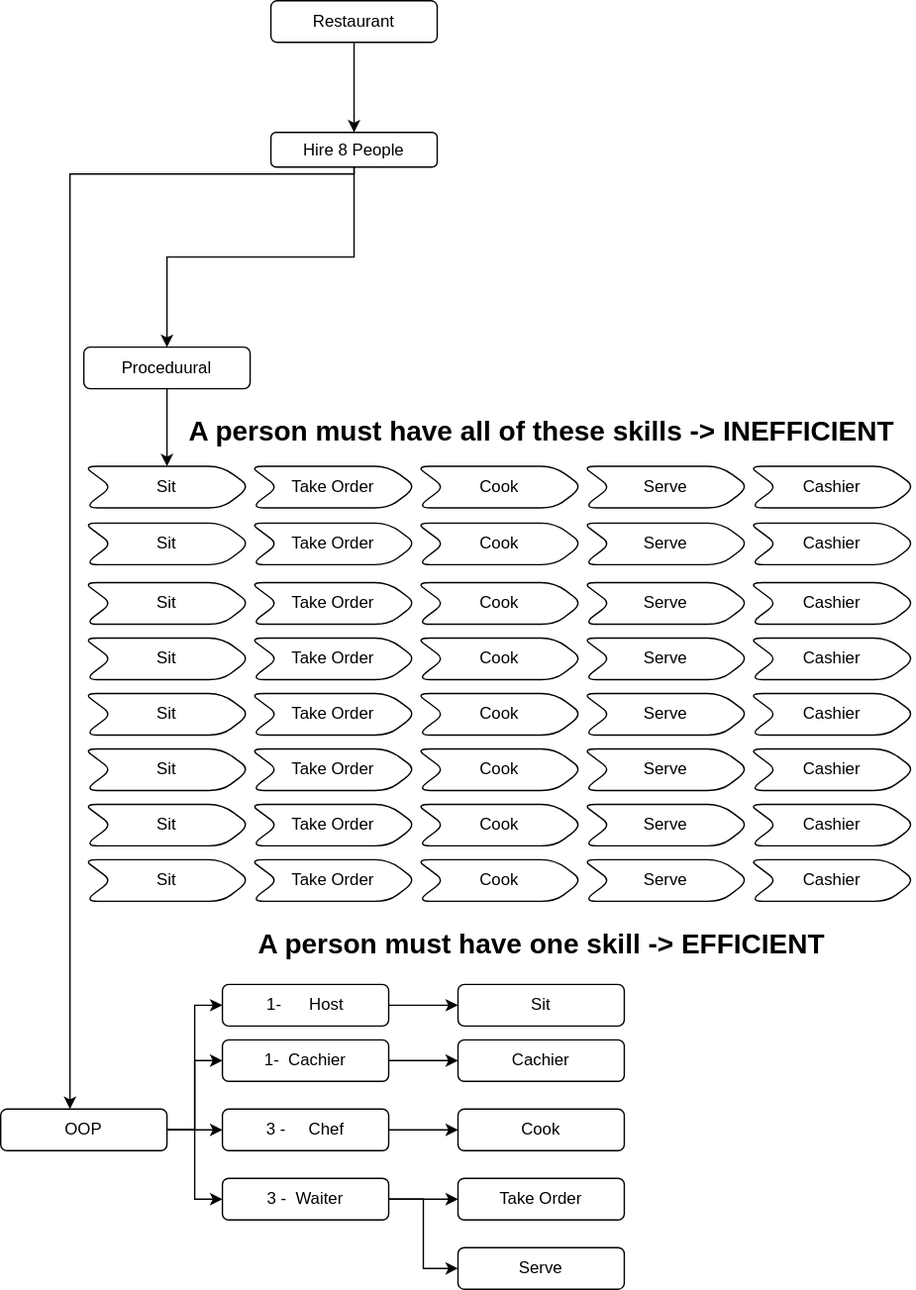
Above: lecture_note_4_5/procVSoop.svg in SP25-ZJY/sp25-zjy-cs212-cs212-class-example-CS212_class_example (draw.io), before the change. Source tidied: cells renumbered, new cells last; positions are measured from the earlier drawing's top-left corner, leaving out a move shared by most shapes.
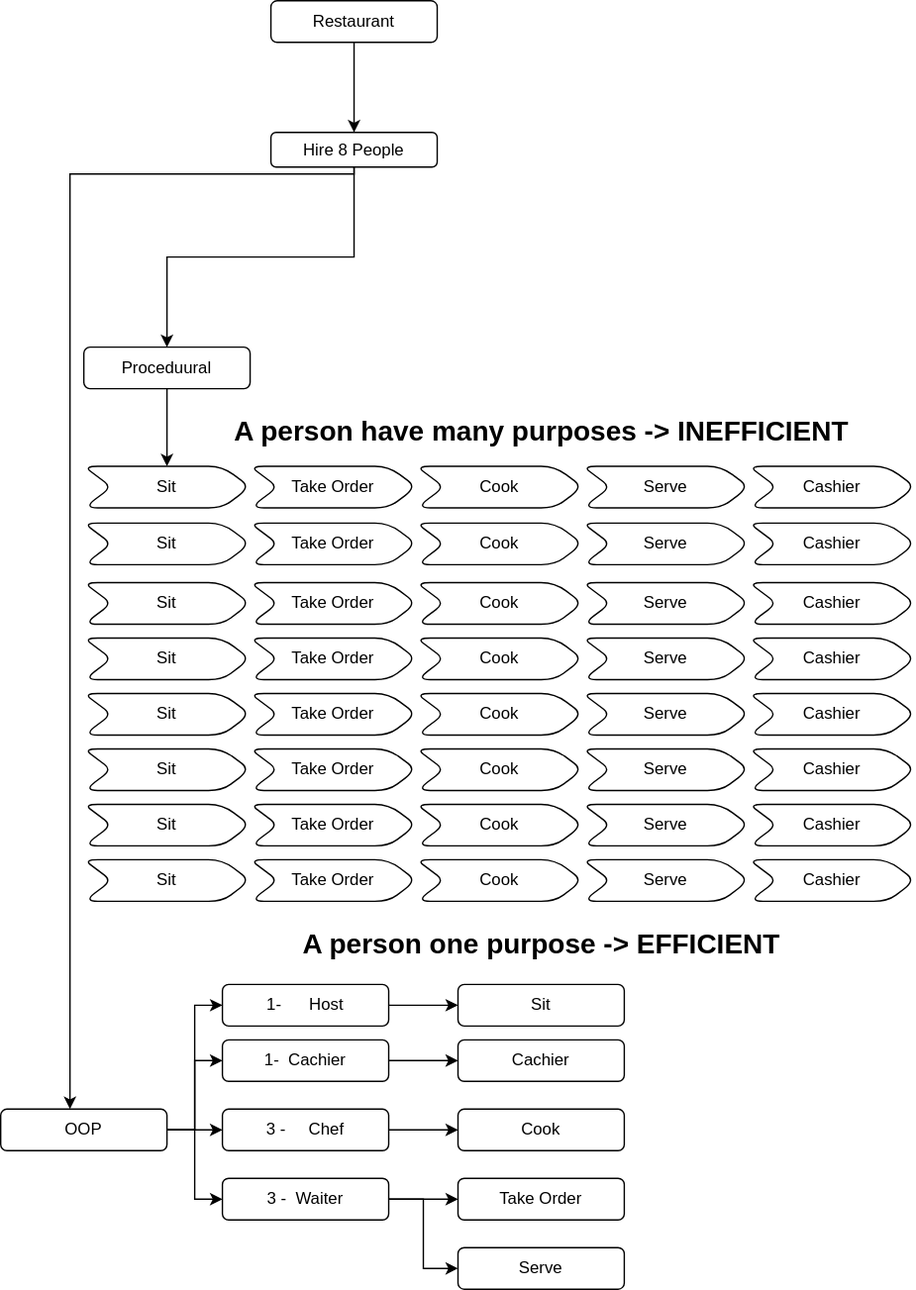
Later version of the same file.

Commit message:
added explanation on procedure vs oop

Diff of the diagram source:
```diff
@@ -207,11 +207,11 @@
     <mxCell id="68" value="Cashier" style="shape=step;perimeter=stepPerimeter;whiteSpace=wrap;html=1;fixedSize=1;rounded=1;" parent="1" vertex="1">
       <mxGeometry x="540" y="620" width="120" height="30" as="geometry" />
     </mxCell>
-    <mxCell id="69" value="A person must have all of these skills -&amp;gt; INEFFICIENT" style="text;html=1;align=center;verticalAlign=middle;strokeColor=none;fillColor=none;spacing=4;fontSize=20;fontStyle=1;" parent="1" vertex="1">
-      <mxGeometry x="135" y="290" width="510" height="40" as="geometry" />
+    <mxCell id="69" value="A person have many purposes -&amp;gt; INEFFICIENT" style="text;html=1;align=center;verticalAlign=middle;strokeColor=none;fillColor=none;spacing=4;fontSize=20;fontStyle=1;" parent="1" vertex="1">
+      <mxGeometry x="155" y="290" width="470" height="40" as="geometry" />
     </mxCell>
-    <mxCell id="70" value="A person must have one skill -&amp;gt; EFFICIENT" style="text;html=1;align=center;verticalAlign=middle;strokeColor=none;fillColor=none;spacing=4;fontSize=20;fontStyle=1;" parent="1" vertex="1">
-      <mxGeometry x="180" y="660" width="420" height="40" as="geometry" />
+    <mxCell id="70" value="A person one purpose -&amp;gt; EFFICIENT" style="text;html=1;align=center;verticalAlign=middle;strokeColor=none;fillColor=none;spacing=4;fontSize=20;fontStyle=1;" parent="1" vertex="1">
+      <mxGeometry x="205" y="660" width="370" height="40" as="geometry" />
     </mxCell>
   </root>
 </mxGraphModel>
```
